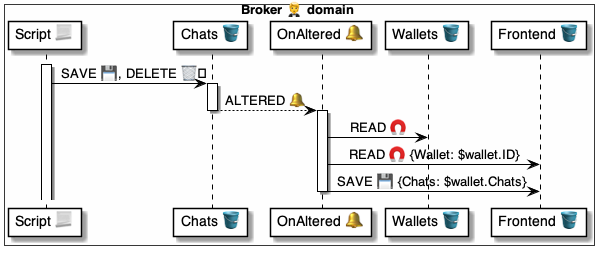
Above: 4 ⚙️ Solution/20 🧑‍🦰 UI/Brokers 🤵/🤵🪣 Broker tables/Chats 💬 table/🪣🧱 0 Altered 🔔 event/🤵 OnChatAltered ⚙️ uml.png in pollyweb-org/pollyweb-docs (PlantUML), before the change. Its source is kept beside it as 4 ⚙️ Solution/20 🧑‍🦰 UI/Brokers 🤵/🤵🪣 Broker tables/Chats 💬 table/🪣🧱 0 Altered 🔔 event/🤵 OnChatAltered ⚙️ uml.puml. Source of this version:
```plantuml
@startuml OnChatAltered


box Broker 🤵 domain #FFFFFA
    participant "Script 📃" as script
    participant "Chats 🪣" as chats
    participant "OnAltered 🔔" as handler
    participant "Wallets 🪣" as wallets
    participant "Frontend 🪣" as frontend
end box


activate script
    script -> chats: SAVE 💾, DELETE 🗑️

activate chats
    chats --> handler: ALTERED 🔔
deactivate chats

activate handler
    handler -> wallets: READ 🧲
    handler -> frontend: READ 🧲 {Wallet: $wallet.ID}
    handler -> frontend: SAVE 💾 {Chats: $wallet.Chats}
deactivate handler

@enduml
```
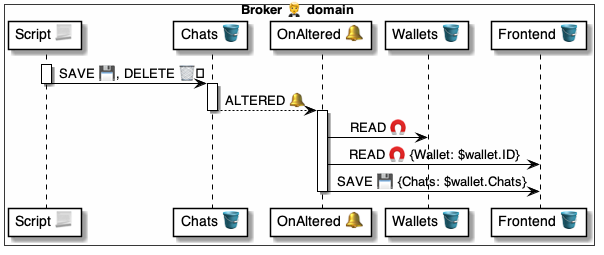
Above is the later version.

Change to the diagram source:
```diff
@@ -10,8 +10,10 @@
 end box
 
 
+
 activate script
     script -> chats: SAVE 💾, DELETE 🗑️
+deactivate script
 
 activate chats
     chats --> handler: ALTERED 🔔
```
